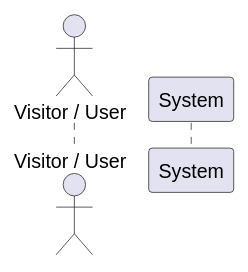
Earlier version of the PlantUML export doc/uml/3-sequence/sequence_diagram_for-the-Training_Sales-Application.svg (albanmartel/evaluation_metier_java).
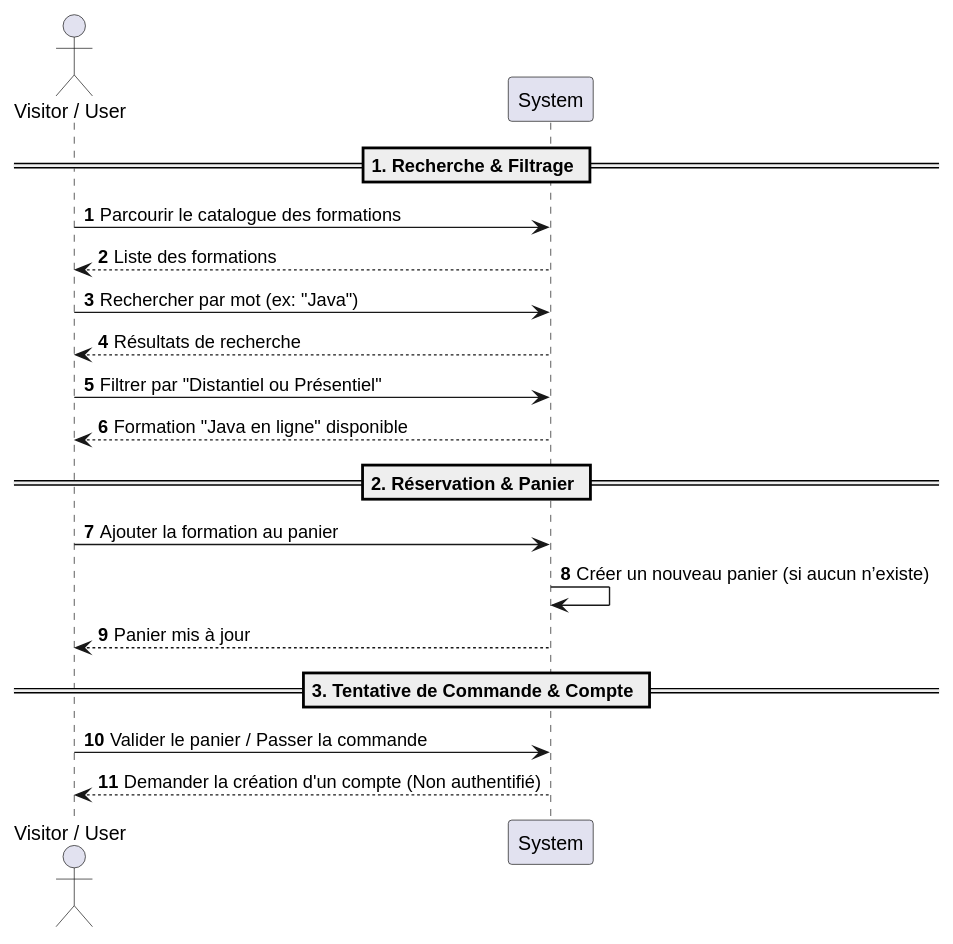
The same diagram one commit later.

Commit message:
Mise à jour de l'image PNG générée avec plantUML

The edit, as a diff of the source:
```diff
@@ -2,4 +2,23 @@
 autonumber
 actor "Visitor / User" as V
 participant "System" as S
+
+== 1. Recherche & Filtrage ==
+V -> S: Parcourir le catalogue des formations
+S --> V: Liste des formations
+
+V -> S: Rechercher par mot (ex: "Java")
+S --> V: Résultats de recherche
+
+V -> S: Filtrer par "Distantiel ou Présentiel"
+S --> V: Formation "Java en ligne" disponible
+
+== 2. Réservation & Panier ==
+V -> S: Ajouter la formation au panier
+S -> S: Créer un nouveau panier (si aucun n’existe)
+S --> V: Panier mis à jour
+
+== 3. Tentative de Commande & Compte ==
+V -> S: Valider le panier / Passer la commande
+S --> V: Demander la création d'un compte (Non authentifié)
 @enduml
```
